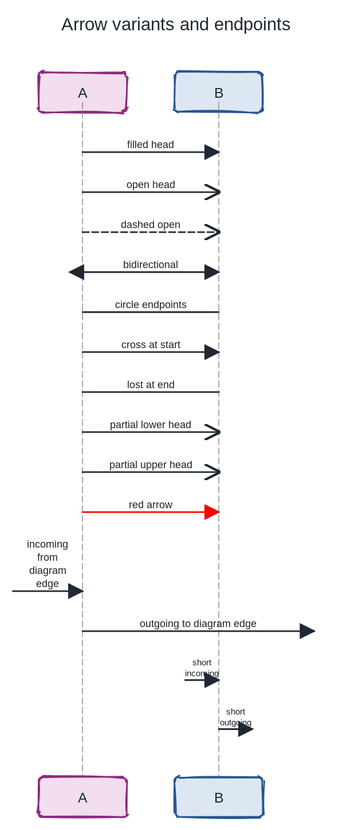
Before: docs/ressources/sequence/svg/arrow-variants.svg, a diagram exported from PlantUML (grethel-labs/excaliplant). Its source is kept beside it as docs/ressources/sequence/puml/arrow-variants.puml.
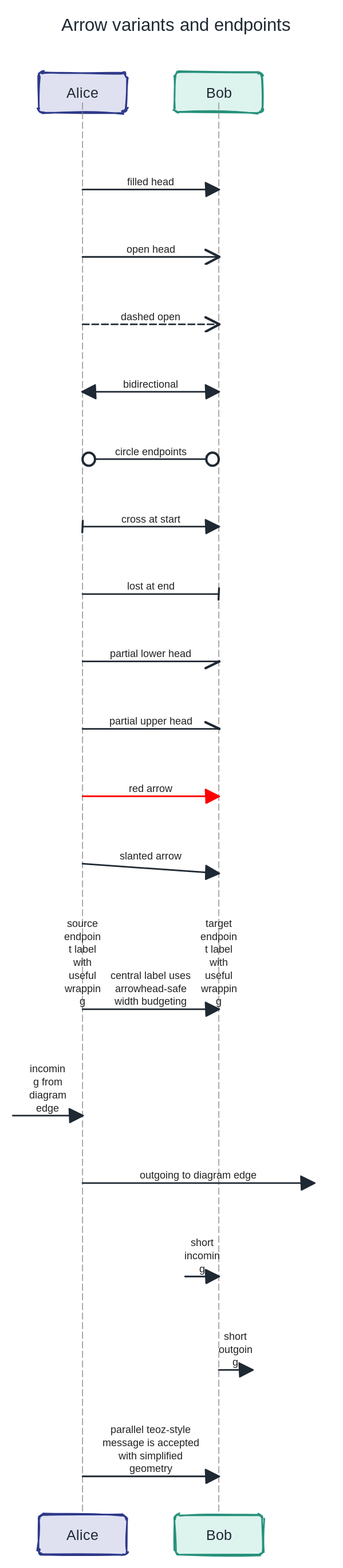
After the change.

Change to the diagram source:
```diff
@@ -12,8 +12,11 @@
 A -\ B: partial lower head
 A -/ B: partial upper head
 A -[#red]> B: red arrow
+A -(12)> B: slanted arrow
+A "source endpoint label with useful wrapping" -> "target endpoint label with useful wrapping" B: central label uses arrowhead-safe width budgeting
 [-> A: incoming from diagram edge
 A ->]: outgoing to diagram edge
 ?-> B: short incoming
 B ->?: short outgoing
+& A -> B: parallel teoz-style message is accepted with simplified geometry
 @enduml
```
